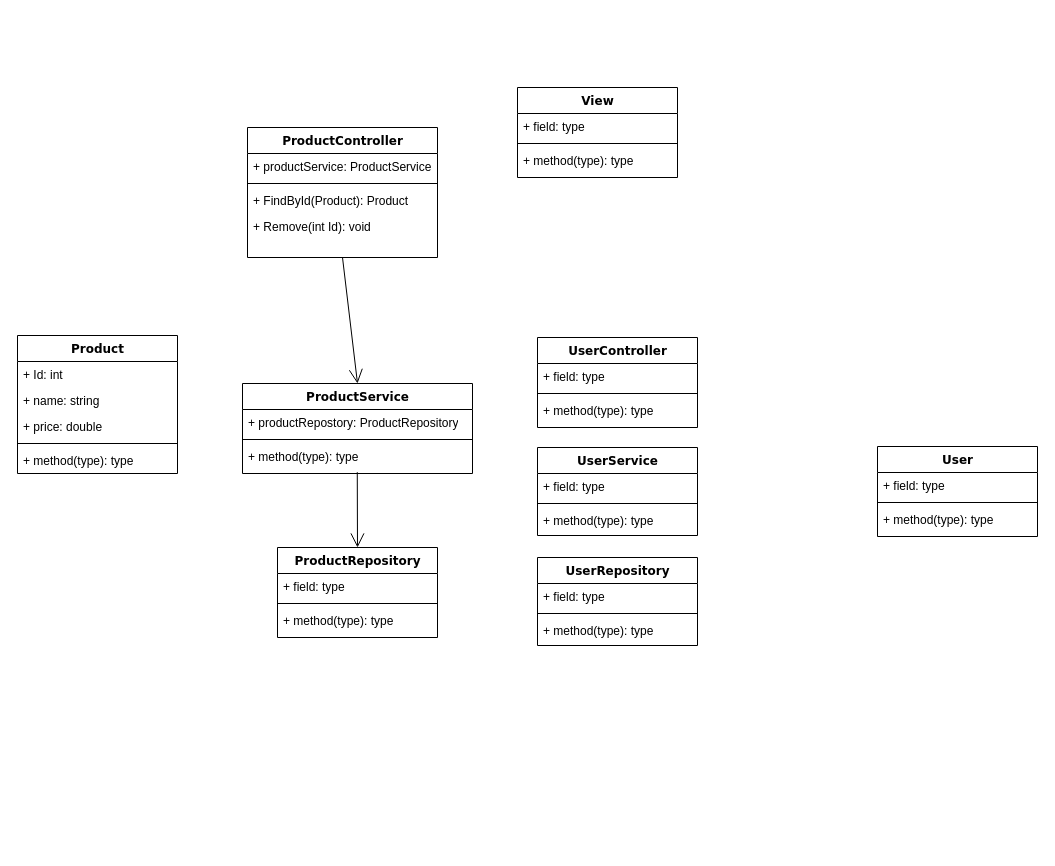
Earlier version of the draw.io diagram ClassDiagram_MediaShop.drawio (fabianfroding/.net-forms). Source tidied: cells renumbered, new cells numbered last; positions are measured from the earlier drawing's top-left corner, leaving out a move shared by most shapes. Both pictures are drawn from the tidied source at 100%, with x=0, y=0 at pixel (17, 87).
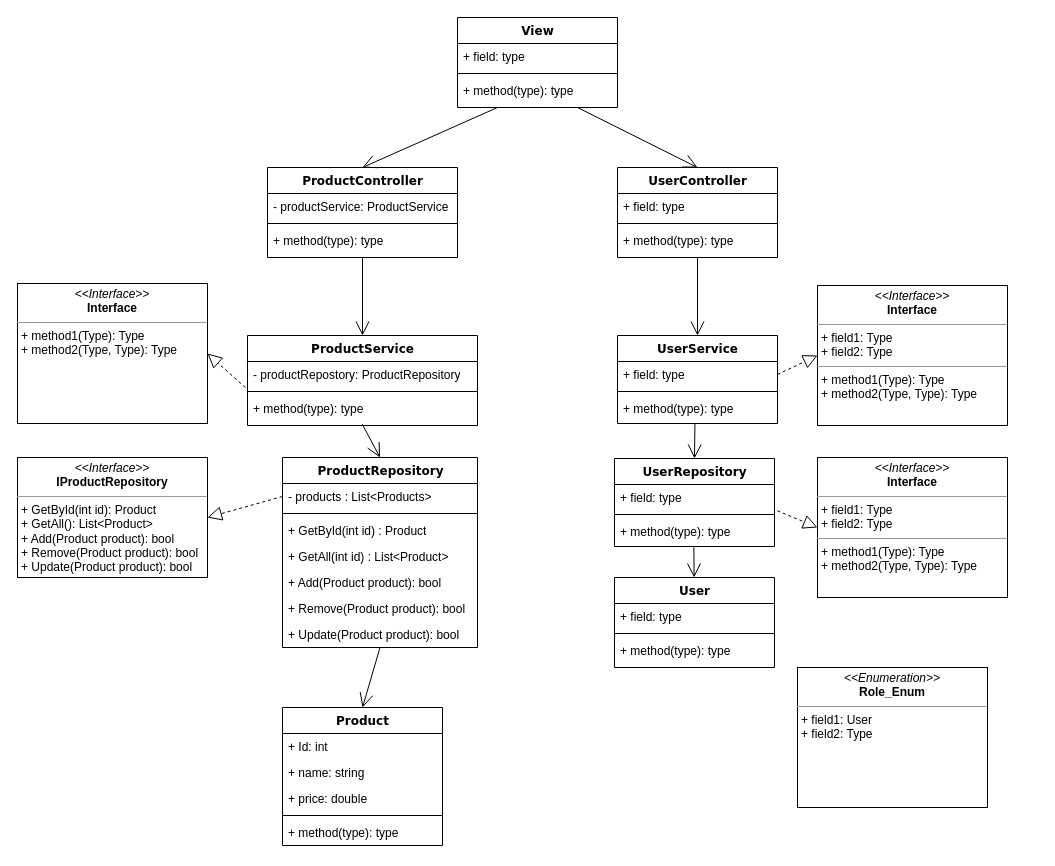
The same diagram, later.

The change refers to these unchanged cells:
```xml
<mxCell id="26" value="+ field: type" style="text;html=1;strokeColor=none;fillColor=none;align=left;verticalAlign=top;spacingLeft=4;spacingRight=4;whiteSpace=wrap;overflow=hidden;points=[[0,0.5],[1,0.5]];portConstraint=eastwest;" parent="25" vertex="1">
  <mxGeometry y="26" width="160" height="26" as="geometry" />
</mxCell>
<mxCell id="28" value="+ method(type): type" style="text;html=1;strokeColor=none;fillColor=none;align=left;verticalAlign=top;spacingLeft=4;spacingRight=4;whiteSpace=wrap;overflow=hidden;points=[[0,0.5],[1,0.5]];portConstraint=eastwest;" parent="25" vertex="1">
  <mxGeometry y="60" width="160" height="26" as="geometry" />
</mxCell>
<mxCell id="38" value="+ field: type" style="text;html=1;strokeColor=none;fillColor=none;align=left;verticalAlign=top;spacingLeft=4;spacingRight=4;whiteSpace=wrap;overflow=hidden;points=[[0,0.5],[1,0.5]];portConstraint=eastwest;" parent="37" vertex="1">
  <mxGeometry y="26" width="160" height="26" as="geometry" />
</mxCell>
<mxCell id="40" value="+ method(type): type" style="text;html=1;strokeColor=none;fillColor=none;align=left;verticalAlign=top;spacingLeft=4;spacingRight=4;whiteSpace=wrap;overflow=hidden;points=[[0,0.5],[1,0.5]];portConstraint=eastwest;" parent="37" vertex="1">
  <mxGeometry y="60" width="160" height="26" as="geometry" />
</mxCell>
```

Diff of the diagram source:
```diff
@@
     <mxCell id="2" value="Product" style="swimlane;html=1;fontStyle=1;align=center;verticalAlign=top;horizontal=1;startSize=26;swimlaneFillColor=#ffffff;rounded=0;shadow=0;comic=0;labelBackgroundColor=none;strokeWidth=1;fillColor=none;fontFamily=Verdana;fontSize=12;" parent="1" vertex="1">
-      <mxGeometry y="248" width="160" height="138" as="geometry" />
+      <mxGeometry x="265" y="620" width="160" height="138" as="geometry" />
     </mxCell>
@@
     <mxCell id="8" value="ProductController" style="swimlane;html=1;fontStyle=1;align=center;verticalAlign=top;horizontal=1;startSize=26;swimlaneFillColor=#ffffff;rounded=0;shadow=0;comic=0;labelBackgroundColor=none;strokeWidth=1;fillColor=none;fontFamily=Verdana;fontSize=12;" parent="1" vertex="1">
-      <mxGeometry x="230" y="40" width="190" height="130" as="geometry" />
+      <mxGeometry x="250" y="80" width="190" height="90" as="geometry" />
     </mxCell>
-    <mxCell id="9" value="+ productService: ProductService" style="text;html=1;strokeColor=none;fillColor=none;align=left;verticalAlign=top;spacingLeft=4;spacingRight=4;whiteSpace=wrap;overflow=hidden;" parent="8" vertex="1">
+    <mxCell id="9" value="- productService: ProductService" style="text;html=1;strokeColor=none;fillColor=none;align=left;verticalAlign=top;spacingLeft=4;spacingRight=4;whiteSpace=wrap;overflow=hidden;" parent="8" vertex="1">
       <mxGeometry y="26" width="190" height="26" as="geometry" />
     </mxCell>
@@
-    <mxCell id="11" value="+ FindById(Product): Product" style="text;html=1;strokeColor=none;fillColor=none;align=left;verticalAlign=top;spacingLeft=4;spacingRight=4;whiteSpace=wrap;overflow=hidden;" parent="8" vertex="1">
-      <mxGeometry y="60" width="190" height="26" as="geometry" />
-    </mxCell>
-    <mxCell id="12" value="+ Remove(int Id): void" style="text;html=1;strokeColor=none;fillColor=none;align=left;verticalAlign=top;spacingLeft=4;spacingRight=4;whiteSpace=wrap;overflow=hidden;" parent="8" vertex="1">
-      <mxGeometry y="86" width="190" height="26" as="geometry" />
-    </mxCell>
+    <mxCell id="43" value="+ method(type): type" style="text;html=1;strokeColor=none;fillColor=none;align=left;verticalAlign=top;spacingLeft=4;spacingRight=4;whiteSpace=wrap;overflow=hidden;" parent="8" vertex="1">
+      <mxGeometry y="60" width="190" height="26" as="geometry" />
+    </mxCell>
     <mxCell id="13" value="User" style="swimlane;html=1;fontStyle=1;align=center;verticalAlign=top;horizontal=1;startSize=26;swimlaneFillColor=#ffffff;rounded=0;shadow=0;comic=0;labelBackgroundColor=none;strokeWidth=1;fillColor=none;fontFamily=Verdana;fontSize=12;" parent="1" vertex="1">
-      <mxGeometry x="860" y="359" width="160" height="90" as="geometry" />
+      <mxGeometry x="597" y="490" width="160" height="90" as="geometry" />
     </mxCell>
@@
     <mxCell id="17" value="UserController" style="swimlane;html=1;fontStyle=1;align=center;verticalAlign=top;horizontal=1;startSize=26;swimlaneFillColor=#ffffff;rounded=0;shadow=0;comic=0;labelBackgroundColor=none;strokeWidth=1;fillColor=none;fontFamily=Verdana;fontSize=12;" parent="1" vertex="1">
-      <mxGeometry x="520" y="250" width="160" height="90" as="geometry" />
+      <mxGeometry x="600" y="80" width="160" height="90" as="geometry" />
     </mxCell>
@@
     <mxCell id="21" value="View" style="swimlane;html=1;fontStyle=1;align=center;verticalAlign=top;horizontal=1;startSize=26;swimlaneFillColor=#ffffff;rounded=0;shadow=0;comic=0;labelBackgroundColor=none;strokeWidth=1;fillColor=none;fontFamily=Verdana;fontSize=12;" parent="1" vertex="1">
-      <mxGeometry x="500" width="160" height="90" as="geometry" />
+      <mxGeometry x="440" y="-70" width="160" height="90" as="geometry" />
     </mxCell>
@@
     <mxCell id="25" value="UserService" style="swimlane;html=1;fontStyle=1;align=center;verticalAlign=top;horizontal=1;startSize=26;swimlaneFillColor=#ffffff;rounded=0;shadow=0;comic=0;labelBackgroundColor=none;strokeWidth=1;fillColor=none;fontFamily=Verdana;fontSize=12;" parent="1" vertex="1">
-      <mxGeometry x="520" y="360" width="160" height="88" as="geometry" />
+      <mxGeometry x="600" y="248" width="160" height="88" as="geometry" />
     </mxCell>
@@
     <mxCell id="29" value="ProductRepository" style="swimlane;html=1;fontStyle=1;align=center;verticalAlign=top;horizontal=1;startSize=26;swimlaneFillColor=#ffffff;rounded=0;shadow=0;comic=0;labelBackgroundColor=none;strokeWidth=1;fillColor=none;fontFamily=Verdana;fontSize=12;" parent="1" vertex="1">
-      <mxGeometry x="260" y="460" width="160" height="90" as="geometry" />
+      <mxGeometry x="265" y="370" width="195" height="190" as="geometry" />
     </mxCell>
-    <mxCell id="30" value="+ field: type" style="text;html=1;strokeColor=none;fillColor=none;align=left;verticalAlign=top;spacingLeft=4;spacingRight=4;whiteSpace=wrap;overflow=hidden;points=[[0,0.5],[1,0.5]];portConstraint=eastwest;" parent="29" vertex="1">
-      <mxGeometry y="26" width="160" height="26" as="geometry" />
+    <mxCell id="30" value="- products : List&amp;lt;Products&amp;gt;" style="text;html=1;strokeColor=none;fillColor=none;align=left;verticalAlign=top;spacingLeft=4;spacingRight=4;whiteSpace=wrap;overflow=hidden;points=[[0,0.5],[1,0.5]];portConstraint=eastwest;" parent="29" vertex="1">
+      <mxGeometry y="26" width="195" height="26" as="geometry" />
     </mxCell>
     <mxCell id="31" style="line;html=1;strokeWidth=1;fillColor=none;align=left;verticalAlign=middle;spacingTop=-1;spacingLeft=3;spacingRight=3;labelPosition=right;" parent="29" vertex="1">
-      <mxGeometry y="52" width="160" height="8" as="geometry" />
+      <mxGeometry y="52" width="195" height="8" as="geometry" />
     </mxCell>
-    <mxCell id="32" value="+ method(type): type" style="text;html=1;strokeColor=none;fillColor=none;align=left;verticalAlign=top;spacingLeft=4;spacingRight=4;whiteSpace=wrap;overflow=hidden;" parent="29" vertex="1">
-      <mxGeometry y="60" width="160" height="26" as="geometry" />
+    <mxCell id="32" value="+ GetById(int id) : Product" style="text;html=1;strokeColor=none;fillColor=none;align=left;verticalAlign=top;spacingLeft=4;spacingRight=4;whiteSpace=wrap;overflow=hidden;" parent="29" vertex="1">
+      <mxGeometry y="60" width="195" height="26" as="geometry" />
     </mxCell>
+    <mxCell id="44" value="+ GetAll(int id) : List&amp;lt;Product&amp;gt;" style="text;html=1;strokeColor=none;fillColor=none;align=left;verticalAlign=top;spacingLeft=4;spacingRight=4;whiteSpace=wrap;overflow=hidden;" parent="29" vertex="1">
+      <mxGeometry y="86" width="195" height="26" as="geometry" />
+    </mxCell>
+    <mxCell id="45" value="+ Add(Product product): bool" style="text;html=1;strokeColor=none;fillColor=none;align=left;verticalAlign=top;spacingLeft=4;spacingRight=4;whiteSpace=wrap;overflow=hidden;" parent="29" vertex="1">
+      <mxGeometry y="112" width="195" height="26" as="geometry" />
+    </mxCell>
+    <mxCell id="46" value="+ Remove(Product product): bool" style="text;html=1;strokeColor=none;fillColor=none;align=left;verticalAlign=top;spacingLeft=4;spacingRight=4;whiteSpace=wrap;overflow=hidden;" parent="29" vertex="1">
+      <mxGeometry y="138" width="195" height="26" as="geometry" />
+    </mxCell>
+    <mxCell id="47" value="+ Update(Product product): bool" style="text;html=1;strokeColor=none;fillColor=none;align=left;verticalAlign=top;spacingLeft=4;spacingRight=4;whiteSpace=wrap;overflow=hidden;" parent="29" vertex="1">
+      <mxGeometry y="164" width="195" height="26" as="geometry" />
+    </mxCell>
     <mxCell id="33" value="ProductService" style="swimlane;html=1;fontStyle=1;align=center;verticalAlign=top;horizontal=1;startSize=26;swimlaneFillColor=#ffffff;rounded=0;shadow=0;comic=0;labelBackgroundColor=none;strokeWidth=1;fillColor=none;fontFamily=Verdana;fontSize=12;" parent="1" vertex="1">
-      <mxGeometry x="225" y="296" width="230" height="90" as="geometry" />
+      <mxGeometry x="230" y="248" width="230" height="90" as="geometry" />
     </mxCell>
-    <mxCell id="34" value="+ productRepostory: ProductRepository" style="text;html=1;strokeColor=none;fillColor=none;align=left;verticalAlign=top;spacingLeft=4;spacingRight=4;whiteSpace=wrap;overflow=hidden;points=[[0,0.5],[1,0.5]];portConstraint=eastwest;" parent="33" vertex="1">
+    <mxCell id="34" value="- productRepostory: ProductRepository" style="text;html=1;strokeColor=none;fillColor=none;align=left;verticalAlign=top;spacingLeft=4;spacingRight=4;whiteSpace=wrap;overflow=hidden;points=[[0,0.5],[1,0.5]];portConstraint=eastwest;" parent="33" vertex="1">
       <mxGeometry y="26" width="230" height="26" as="geometry" />
     </mxCell>
@@
     <mxCell id="37" value="UserRepository" style="swimlane;html=1;fontStyle=1;align=center;verticalAlign=top;horizontal=1;startSize=26;swimlaneFillColor=#ffffff;rounded=0;shadow=0;comic=0;labelBackgroundColor=none;strokeWidth=1;fillColor=none;fontFamily=Verdana;fontSize=12;" parent="1" vertex="1">
-      <mxGeometry x="520" y="470" width="160" height="88" as="geometry" />
+      <mxGeometry x="597" y="371" width="160" height="88" as="geometry" />
     </mxCell>
@@
+    <mxCell id="48" style="endArrow=open;endFill=1;endSize=12;html=1;entryX=0.5;entryY=0;entryDx=0;entryDy=0;exitX=0.25;exitY=1;exitDx=0;exitDy=0;" parent="1" edge="1" source="21" target="8">
+      <mxGeometry relative="1" as="geometry" />
+    </mxCell>
+    <mxCell id="49" style="endArrow=open;endFill=1;endSize=12;html=1;entryX=0.5;entryY=0;entryDx=0;entryDy=0;exitX=0.75;exitY=1;exitDx=0;exitDy=0;" parent="1" edge="1" source="21" target="17">
+      <mxGeometry relative="1" as="geometry" />
+    </mxCell>
+    <mxCell id="50" style="endArrow=open;endFill=1;endSize=12;html=1;exitX=0.5;exitY=1;exitDx=0;exitDy=0;entryX=0.5;entryY=0;entryDx=0;entryDy=0;" parent="1" edge="1" source="29" target="2">
+      <mxGeometry relative="1" as="geometry" />
+    </mxCell>
+    <mxCell id="51" style="endArrow=open;endFill=1;endSize=12;html=1;exitX=0.5;exitY=1;exitDx=0;exitDy=0;entryX=0.5;entryY=0;entryDx=0;entryDy=0;" parent="1" edge="1" source="17" target="25">
+      <mxGeometry relative="1" as="geometry" />
+    </mxCell>
+    <mxCell id="52" style="endArrow=open;endFill=1;endSize=12;html=1;entryX=0.5;entryY=0;entryDx=0;entryDy=0;exitX=0.484;exitY=1.1;exitDx=0;exitDy=0;exitPerimeter=0;" parent="1" edge="1" source="28" target="37">
+      <mxGeometry relative="1" as="geometry" />
+    </mxCell>
+    <mxCell id="53" style="endArrow=open;endFill=1;endSize=12;html=1;exitX=0.496;exitY=1.113;exitDx=0;exitDy=0;exitPerimeter=0;" parent="1" edge="1" source="40" target="13">
+      <mxGeometry relative="1" as="geometry" />
+    </mxCell>
+    <mxCell id="54" value="&lt;p style=&quot;margin: 0px ; margin-top: 4px ; text-align: center&quot;&gt;&lt;i&gt;&amp;lt;&amp;lt;Interface&amp;gt;&amp;gt;&lt;/i&gt;&lt;br&gt;&lt;b&gt;Interface&lt;/b&gt;&lt;/p&gt;&lt;hr size=&quot;1&quot;&gt;&lt;p style=&quot;margin: 0px ; margin-left: 4px&quot;&gt;+ method1(Type): Type&lt;br&gt;+ method2(Type, Type): Type&lt;/p&gt;" style="verticalAlign=top;align=left;overflow=fill;fontSize=12;fontFamily=Helvetica;html=1;" parent="1" vertex="1">
+      <mxGeometry y="196" width="190" height="140" as="geometry" />
+    </mxCell>
+    <mxCell id="55" value="&lt;p style=&quot;margin: 0px ; margin-top: 4px ; text-align: center&quot;&gt;&lt;i&gt;&amp;lt;&amp;lt;Interface&amp;gt;&amp;gt;&lt;/i&gt;&lt;br&gt;&lt;b&gt;IProductRepository&lt;/b&gt;&lt;/p&gt;&lt;hr size=&quot;1&quot;&gt;&lt;p style=&quot;margin: 0px ; margin-left: 4px&quot;&gt;+ GetById(int id): Product&lt;/p&gt;&lt;p style=&quot;margin: 0px ; margin-left: 4px&quot;&gt;+ GetAll(): List&amp;lt;Product&amp;gt;&lt;/p&gt;&lt;p style=&quot;margin: 0px ; margin-left: 4px&quot;&gt;+ Add(Product product): bool&lt;/p&gt;&lt;p style=&quot;margin: 0px ; margin-left: 4px&quot;&gt;+ Remove(Product product): bool&lt;/p&gt;&lt;p style=&quot;margin: 0px ; margin-left: 4px&quot;&gt;+ Update(Product product): bool&lt;/p&gt;" style="verticalAlign=top;align=left;overflow=fill;fontSize=12;fontFamily=Helvetica;html=1;" parent="1" vertex="1">
+      <mxGeometry y="370" width="190" height="120" as="geometry" />
+    </mxCell>
+    <mxCell id="56" value="&lt;p style=&quot;margin:0px;margin-top:4px;text-align:center;&quot;&gt;&lt;i&gt;&amp;lt;&amp;lt;Interface&amp;gt;&amp;gt;&lt;/i&gt;&lt;br/&gt;&lt;b&gt;Interface&lt;/b&gt;&lt;/p&gt;&lt;hr size=&quot;1&quot;/&gt;&lt;p style=&quot;margin:0px;margin-left:4px;&quot;&gt;+ field1: Type&lt;br/&gt;+ field2: Type&lt;/p&gt;&lt;hr size=&quot;1&quot;/&gt;&lt;p style=&quot;margin:0px;margin-left:4px;&quot;&gt;+ method1(Type): Type&lt;br/&gt;+ method2(Type, Type): Type&lt;/p&gt;" style="verticalAlign=top;align=left;overflow=fill;fontSize=12;fontFamily=Helvetica;html=1;" parent="1" vertex="1">
+      <mxGeometry x="800" y="198" width="190" height="140" as="geometry" />
+    </mxCell>
+    <mxCell id="57" value="&lt;p style=&quot;margin:0px;margin-top:4px;text-align:center;&quot;&gt;&lt;i&gt;&amp;lt;&amp;lt;Interface&amp;gt;&amp;gt;&lt;/i&gt;&lt;br/&gt;&lt;b&gt;Interface&lt;/b&gt;&lt;/p&gt;&lt;hr size=&quot;1&quot;/&gt;&lt;p style=&quot;margin:0px;margin-left:4px;&quot;&gt;+ field1: Type&lt;br/&gt;+ field2: Type&lt;/p&gt;&lt;hr size=&quot;1&quot;/&gt;&lt;p style=&quot;margin:0px;margin-left:4px;&quot;&gt;+ method1(Type): Type&lt;br/&gt;+ method2(Type, Type): Type&lt;/p&gt;" style="verticalAlign=top;align=left;overflow=fill;fontSize=12;fontFamily=Helvetica;html=1;" parent="1" vertex="1">
+      <mxGeometry x="800" y="370" width="190" height="140" as="geometry" />
+    </mxCell>
+    <mxCell id="58" style="endArrow=block;dashed=1;endFill=0;endSize=12;html=1;entryX=1;entryY=0.5;entryDx=0;entryDy=0;exitX=0;exitY=0.5;exitDx=0;exitDy=0;" parent="1" edge="1" source="30" target="55">
+      <mxGeometry relative="1" as="geometry" />
+    </mxCell>
+    <mxCell id="59" style="endArrow=block;dashed=1;endFill=0;endSize=12;html=1;exitX=-0.009;exitY=1.004;exitDx=0;exitDy=0;exitPerimeter=0;entryX=1;entryY=0.5;entryDx=0;entryDy=0;" parent="1" edge="1" source="34" target="54">
+      <mxGeometry relative="1" as="geometry" />
+    </mxCell>
+    <mxCell id="60" style="endArrow=block;dashed=1;endFill=0;endSize=12;html=1;entryX=0;entryY=0.5;entryDx=0;entryDy=0;exitX=1;exitY=0.5;exitDx=0;exitDy=0;" parent="1" edge="1" source="26" target="56">
+      <mxGeometry relative="1" as="geometry" />
+    </mxCell>
+    <mxCell id="61" style="endArrow=block;dashed=1;endFill=0;endSize=12;html=1;entryX=0;entryY=0.5;entryDx=0;entryDy=0;exitX=1.018;exitY=1.009;exitDx=0;exitDy=0;exitPerimeter=0;" parent="1" edge="1" source="38" target="57">
+      <mxGeometry relative="1" as="geometry" />
+    </mxCell>
+    <mxCell id="62" value="&lt;p style=&quot;margin: 0px ; margin-top: 4px ; text-align: center&quot;&gt;&lt;i&gt;&amp;lt;&amp;lt;Enumeration&amp;gt;&amp;gt;&lt;/i&gt;&lt;br&gt;&lt;b&gt;Role_Enum&lt;/b&gt;&lt;/p&gt;&lt;hr size=&quot;1&quot;&gt;&lt;p style=&quot;margin: 0px ; margin-left: 4px&quot;&gt;+ field1: User&lt;br&gt;+ field2: Type&lt;/p&gt;" style="verticalAlign=top;align=left;overflow=fill;fontSize=12;fontFamily=Helvetica;html=1;" parent="1" vertex="1">
+      <mxGeometry x="780" y="580" width="190" height="140" as="geometry" />
+    </mxCell>
```
